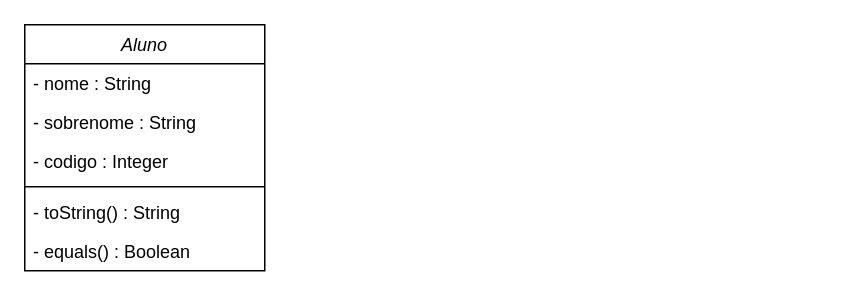
mariliamessias/digital_house_kotlin_desafio1 keeps this draw.io diagram as desafio.drawio. Above is the earlier version. Source tidied: cells renumbered, new cells numbered last; positions are measured from the earlier drawing's top-left corner, leaving out a move shared by most shapes. Both pictures are drawn from the tidied source at 150%, with x=0, y=0 at pixel (24, 24).
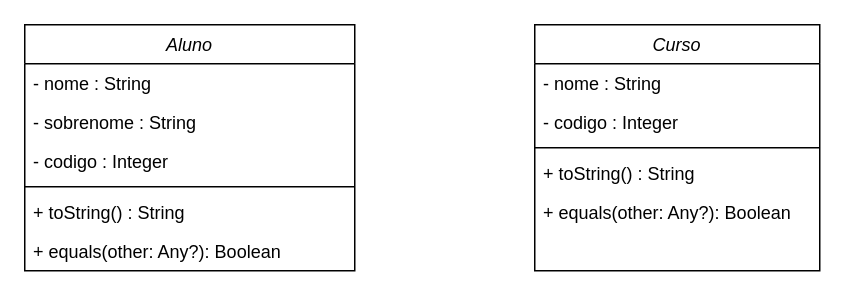
Above is the later version.

Commit message (it also covers changes not shown here):
create class Curso

The edit, as a diff of the source:
```diff
@@
 <mxGraphModel>
   <root>
     <mxCell id="0" />
     <mxCell id="1" parent="0" />
     <mxCell id="2" value="Aluno" style="swimlane;fontStyle=2;align=center;verticalAlign=top;horizontal=1;startSize=26;rounded=0;shadow=0;strokeWidth=1;" parent="1" vertex="1">
-      <mxGeometry width="160" height="164" as="geometry" />
+      <mxGeometry width="220" height="164" as="geometry" />
     </mxCell>
     <mxCell id="3" value="- nome : String" style="text;align=left;verticalAlign=top;spacingLeft=4;spacingRight=4;overflow=hidden;" parent="2" vertex="1">
-      <mxGeometry y="26" width="160" height="26" as="geometry" />
+      <mxGeometry y="26" width="220" height="26" as="geometry" />
     </mxCell>
     <mxCell id="4" value="- sobrenome : String" style="text;align=left;verticalAlign=top;spacingLeft=4;spacingRight=4;overflow=hidden;rounded=0;shadow=0;html=0;" parent="2" vertex="1">
-      <mxGeometry y="52" width="160" height="26" as="geometry" />
+      <mxGeometry y="52" width="220" height="26" as="geometry" />
     </mxCell>
     <mxCell id="5" value="- codigo : Integer" style="text;align=left;verticalAlign=top;spacingLeft=4;spacingRight=4;overflow=hidden;rounded=0;shadow=0;html=0;" parent="2" vertex="1">
-      <mxGeometry y="78" width="160" height="26" as="geometry" />
+      <mxGeometry y="78" width="220" height="26" as="geometry" />
     </mxCell>
     <mxCell id="6" style="line;html=1;strokeWidth=1;align=left;verticalAlign=middle;spacingTop=-1;spacingLeft=3;spacingRight=3;labelPosition=right;" parent="2" vertex="1">
-      <mxGeometry y="104" width="160" height="8" as="geometry" />
+      <mxGeometry y="104" width="220" height="8" as="geometry" />
     </mxCell>
-    <mxCell id="7" value="- toString() : String" style="text;align=left;verticalAlign=top;spacingLeft=4;spacingRight=4;overflow=hidden;" parent="2" vertex="1">
-      <mxGeometry y="112" width="160" height="26" as="geometry" />
+    <mxCell id="7" value="+ toString() : String" style="text;align=left;verticalAlign=top;spacingLeft=4;spacingRight=4;overflow=hidden;" parent="2" vertex="1">
+      <mxGeometry y="112" width="220" height="26" as="geometry" />
     </mxCell>
-    <mxCell id="8" value="- equals() : Boolean" style="text;align=left;verticalAlign=top;spacingLeft=4;spacingRight=4;overflow=hidden;" parent="2" vertex="1">
-      <mxGeometry y="138" width="160" height="26" as="geometry" />
+    <mxCell id="8" value="+ equals(other: Any?): Boolean " style="text;align=left;verticalAlign=top;spacingLeft=4;spacingRight=4;overflow=hidden;" parent="2" vertex="1">
+      <mxGeometry y="138" width="220" height="26" as="geometry" />
     </mxCell>
+    <mxCell id="9" value="Curso" style="swimlane;fontStyle=2;align=center;verticalAlign=top;horizontal=1;startSize=26;rounded=0;shadow=0;strokeWidth=1;" parent="1" vertex="1">
+      <mxGeometry x="340" width="190" height="164" as="geometry" />
+    </mxCell>
+    <mxCell id="10" value="- nome : String" style="text;align=left;verticalAlign=top;spacingLeft=4;spacingRight=4;overflow=hidden;" parent="9" vertex="1">
+      <mxGeometry y="26" width="190" height="26" as="geometry" />
+    </mxCell>
+    <mxCell id="11" value="- codigo : Integer" style="text;align=left;verticalAlign=top;spacingLeft=4;spacingRight=4;overflow=hidden;rounded=0;shadow=0;html=0;" parent="9" vertex="1">
+      <mxGeometry y="52" width="190" height="26" as="geometry" />
+    </mxCell>
+    <mxCell id="12" style="line;html=1;strokeWidth=1;align=left;verticalAlign=middle;spacingTop=-1;spacingLeft=3;spacingRight=3;labelPosition=right;" parent="9" vertex="1">
+      <mxGeometry y="78" width="190" height="8" as="geometry" />
+    </mxCell>
+    <mxCell id="13" value="+ toString() : String" style="text;align=left;verticalAlign=top;spacingLeft=4;spacingRight=4;overflow=hidden;" parent="9" vertex="1">
+      <mxGeometry y="86" width="190" height="26" as="geometry" />
+    </mxCell>
+    <mxCell id="14" value="+ equals(other: Any?): Boolean" style="text;align=left;verticalAlign=top;spacingLeft=4;spacingRight=4;overflow=hidden;" parent="9" vertex="1">
+      <mxGeometry y="112" width="190" height="26" as="geometry" />
+    </mxCell>
   </root>
 </mxGraphModel>
```
